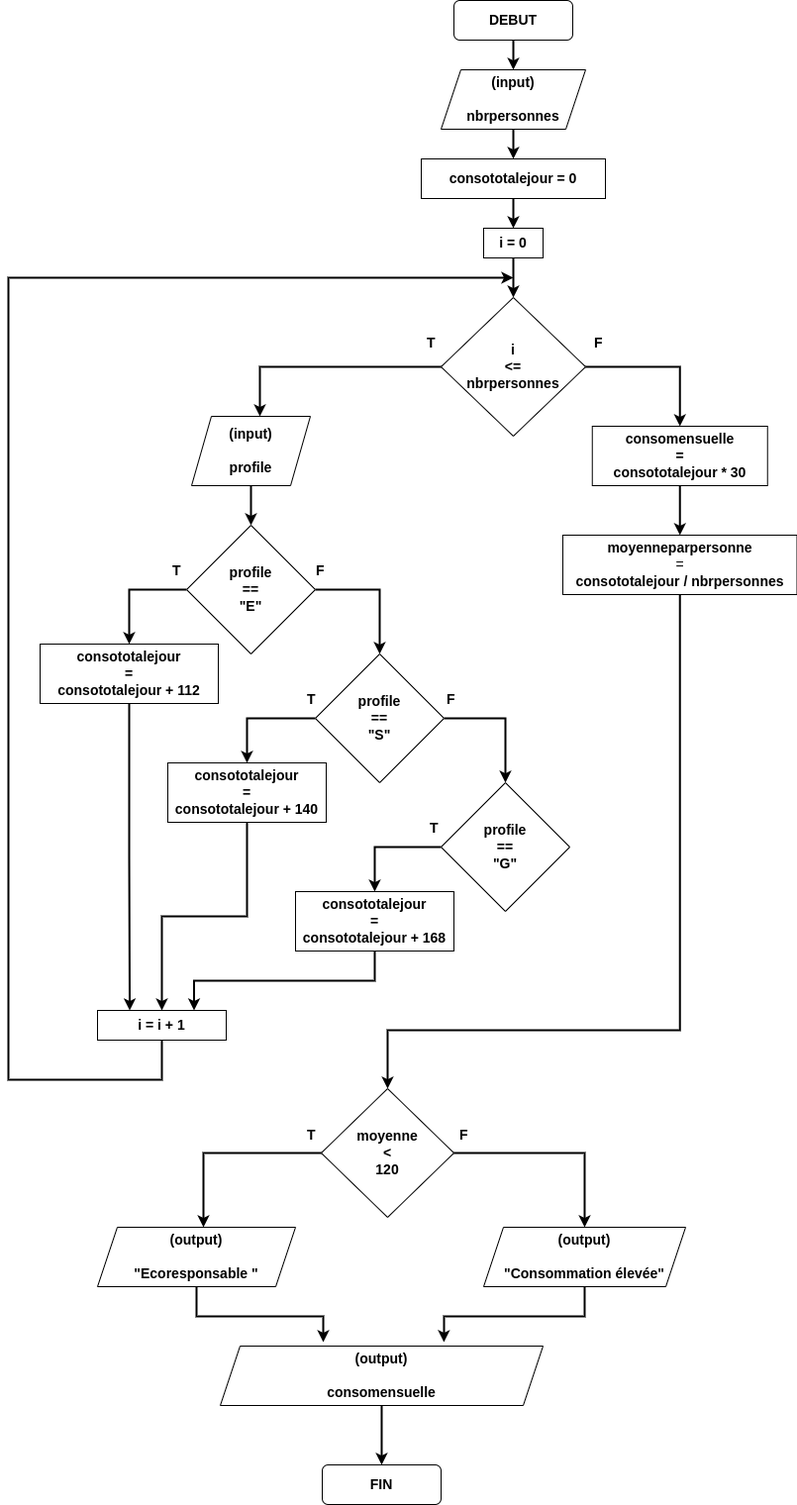
This is _images/consommation.png from vkeller/modulo-gybe, a draw.io export, as it was before one commit. Source tidied: cells renumbered, new cells last; positions are measured from the earlier drawing's top-left corner, leaving out a move shared by most shapes. The source it was exported from:
```xml
<mxGraphModel>
  <root>
    <mxCell id="0" />
    <mxCell id="1" parent="0" />
    <mxCell id="2" style="edgeStyle=orthogonalEdgeStyle;rounded=0;jettySize=auto;html=1;exitX=0.5;exitY=1;exitDx=0;exitDy=0;entryX=0.5;entryY=0;entryDx=0;entryDy=0;fontSize=14;strokeWidth=2;" parent="1" edge="1" source="3" target="6">
      <mxGeometry relative="1" as="geometry" />
    </mxCell>
    <mxCell id="3" value="&lt;font style=&quot;font-size: 14px;&quot;&gt;&lt;b&gt;DEBUT&lt;/b&gt;&lt;/font&gt;" style="rounded=1;whiteSpace=wrap;html=1;" parent="1" vertex="1">
      <mxGeometry x="450" width="120" height="40" as="geometry" />
    </mxCell>
    <mxCell id="4" value="&lt;font style=&quot;font-size: 14px;&quot;&gt;&lt;b&gt;FIN&lt;/b&gt;&lt;/font&gt;" style="rounded=1;whiteSpace=wrap;html=1;" parent="1" vertex="1">
      <mxGeometry x="317" y="1479" width="120" height="40" as="geometry" />
    </mxCell>
    <mxCell id="5" style="edgeStyle=orthogonalEdgeStyle;rounded=0;jettySize=auto;html=1;exitX=0.5;exitY=1;exitDx=0;exitDy=0;entryX=0.5;entryY=0;entryDx=0;entryDy=0;strokeWidth=2;fontSize=14;" parent="1" edge="1" source="6" target="8">
      <mxGeometry relative="1" as="geometry" />
    </mxCell>
    <mxCell id="6" value="&lt;b&gt;(input)&lt;br&gt;&lt;br&gt;nbrpersonnes&lt;/b&gt;" style="shape=parallelogram;perimeter=parallelogramPerimeter;whiteSpace=wrap;html=1;fixedSize=1;fontSize=14;" parent="1" vertex="1">
      <mxGeometry x="437" y="70" width="146" height="60" as="geometry" />
    </mxCell>
    <mxCell id="7" style="edgeStyle=orthogonalEdgeStyle;rounded=0;jettySize=auto;html=1;exitX=0.5;exitY=1;exitDx=0;exitDy=0;entryX=0.5;entryY=0;entryDx=0;entryDy=0;strokeWidth=2;fontSize=14;" parent="1" edge="1" source="8" target="10">
      <mxGeometry relative="1" as="geometry" />
    </mxCell>
    <mxCell id="8" value="&lt;b&gt;consototalejour = 0&lt;/b&gt;" style="rounded=0;whiteSpace=wrap;html=1;fontSize=14;" parent="1" vertex="1">
      <mxGeometry x="417" y="160" width="186" height="40" as="geometry" />
    </mxCell>
    <mxCell id="9" style="edgeStyle=orthogonalEdgeStyle;rounded=0;jettySize=auto;html=1;exitX=0.5;exitY=1;exitDx=0;exitDy=0;entryX=0.5;entryY=0;entryDx=0;entryDy=0;strokeWidth=2;fontSize=14;" parent="1" edge="1" source="10" target="13">
      <mxGeometry relative="1" as="geometry" />
    </mxCell>
    <mxCell id="10" value="&lt;b&gt;i = 0&lt;/b&gt;" style="rounded=0;whiteSpace=wrap;html=1;fontSize=14;" parent="1" vertex="1">
      <mxGeometry x="480" y="230" width="60" height="30" as="geometry" />
    </mxCell>
    <mxCell id="11" style="edgeStyle=orthogonalEdgeStyle;rounded=0;jettySize=auto;html=1;exitX=0;exitY=0.5;exitDx=0;exitDy=0;entryX=0.575;entryY=0;entryDx=0;entryDy=0;entryPerimeter=0;strokeWidth=2;fontSize=14;" parent="1" edge="1" source="13" target="15">
      <mxGeometry relative="1" as="geometry" />
    </mxCell>
    <mxCell id="12" style="edgeStyle=orthogonalEdgeStyle;rounded=0;jettySize=auto;html=1;exitX=1;exitY=0.5;exitDx=0;exitDy=0;entryX=0.5;entryY=0;entryDx=0;entryDy=0;strokeWidth=2;fontSize=14;" parent="1" edge="1" source="13" target="35">
      <mxGeometry relative="1" as="geometry" />
    </mxCell>
    <mxCell id="13" value="&lt;b&gt;i&lt;br&gt;&amp;lt;=&lt;br&gt;nbrpersonnes&lt;/b&gt;" style="rhombus;whiteSpace=wrap;html=1;fontSize=14;" parent="1" vertex="1">
      <mxGeometry x="437" y="300" width="146" height="140" as="geometry" />
    </mxCell>
    <mxCell id="14" style="edgeStyle=orthogonalEdgeStyle;rounded=0;jettySize=auto;html=1;exitX=0.5;exitY=1;exitDx=0;exitDy=0;entryX=0.5;entryY=0;entryDx=0;entryDy=0;strokeWidth=2;fontSize=14;" parent="1" edge="1" source="15" target="20">
      <mxGeometry relative="1" as="geometry" />
    </mxCell>
    <mxCell id="15" value="&lt;b&gt;(input)&lt;br&gt;&lt;br&gt;profile&lt;/b&gt;" style="shape=parallelogram;perimeter=parallelogramPerimeter;whiteSpace=wrap;html=1;fixedSize=1;fontSize=14;" parent="1" vertex="1">
      <mxGeometry x="185" y="420" width="120" height="70" as="geometry" />
    </mxCell>
    <mxCell id="16" value="T" style="text;strokeColor=none;fillColor=none;align=left;verticalAlign=middle;spacingLeft=4;spacingRight=4;overflow=hidden;fontSize=14;fontStyle=1;" parent="1" vertex="1">
      <mxGeometry x="417" y="330" width="20" height="30" as="geometry" />
    </mxCell>
    <mxCell id="17" value="F" style="text;strokeColor=none;fillColor=none;align=left;verticalAlign=middle;spacingLeft=4;spacingRight=4;overflow=hidden;fontSize=14;fontStyle=1;" parent="1" vertex="1">
      <mxGeometry x="586" y="330" width="20" height="30" as="geometry" />
    </mxCell>
    <mxCell id="18" style="edgeStyle=orthogonalEdgeStyle;rounded=0;jettySize=auto;html=1;exitX=0;exitY=0.5;exitDx=0;exitDy=0;entryX=0.5;entryY=0;entryDx=0;entryDy=0;strokeWidth=2;fontSize=14;" parent="1" edge="1" source="20" target="22">
      <mxGeometry relative="1" as="geometry" />
    </mxCell>
    <mxCell id="19" style="edgeStyle=orthogonalEdgeStyle;rounded=0;jettySize=auto;html=1;exitX=1;exitY=0.5;exitDx=0;exitDy=0;entryX=0.5;entryY=0;entryDx=0;entryDy=0;strokeWidth=2;fontSize=14;" parent="1" edge="1" source="20" target="25">
      <mxGeometry relative="1" as="geometry" />
    </mxCell>
    <mxCell id="20" value="&lt;b&gt;profile&lt;br&gt;==&lt;br&gt;&quot;E&quot;&lt;/b&gt;" style="rhombus;whiteSpace=wrap;html=1;fontSize=14;" parent="1" vertex="1">
      <mxGeometry x="180" y="530" width="130" height="130" as="geometry" />
    </mxCell>
    <mxCell id="21" style="edgeStyle=orthogonalEdgeStyle;rounded=0;jettySize=auto;html=1;exitX=0.5;exitY=1;exitDx=0;exitDy=0;entryX=0.25;entryY=0;entryDx=0;entryDy=0;strokeWidth=2;fontSize=14;" parent="1" edge="1" source="22" target="32">
      <mxGeometry relative="1" as="geometry" />
    </mxCell>
    <mxCell id="22" value="&lt;b&gt;consototalejour&lt;br&gt;=&lt;br&gt;consototalejour + 112&lt;/b&gt;" style="rounded=0;whiteSpace=wrap;html=1;fontSize=14;" parent="1" vertex="1">
      <mxGeometry x="32" y="650" width="180" height="60" as="geometry" />
    </mxCell>
    <mxCell id="23" style="edgeStyle=orthogonalEdgeStyle;rounded=0;jettySize=auto;html=1;exitX=0;exitY=0.5;exitDx=0;exitDy=0;entryX=0.5;entryY=0;entryDx=0;entryDy=0;strokeWidth=2;fontSize=14;" parent="1" edge="1" source="25" target="27">
      <mxGeometry relative="1" as="geometry" />
    </mxCell>
    <mxCell id="24" style="edgeStyle=orthogonalEdgeStyle;rounded=0;jettySize=auto;html=1;exitX=1;exitY=0.5;exitDx=0;exitDy=0;entryX=0.5;entryY=0;entryDx=0;entryDy=0;strokeWidth=2;fontSize=14;" parent="1" edge="1" source="25" target="29">
      <mxGeometry relative="1" as="geometry" />
    </mxCell>
    <mxCell id="25" value="&lt;b&gt;profile&lt;br&gt;==&lt;br&gt;&quot;S&quot;&lt;/b&gt;" style="rhombus;whiteSpace=wrap;html=1;fontSize=14;" parent="1" vertex="1">
      <mxGeometry x="310" y="660" width="130" height="130" as="geometry" />
    </mxCell>
    <mxCell id="26" style="edgeStyle=orthogonalEdgeStyle;rounded=0;jettySize=auto;html=1;exitX=0.5;exitY=1;exitDx=0;exitDy=0;entryX=0.5;entryY=0;entryDx=0;entryDy=0;strokeWidth=2;fontSize=14;" parent="1" edge="1" source="27" target="32">
      <mxGeometry relative="1" as="geometry" />
    </mxCell>
    <mxCell id="27" value="&lt;b&gt;consototalejour&lt;br&gt;=&lt;br&gt;consototalejour + 140&lt;/b&gt;" style="rounded=0;whiteSpace=wrap;html=1;fontSize=14;" parent="1" vertex="1">
      <mxGeometry x="161" y="770" width="160" height="60" as="geometry" />
    </mxCell>
    <mxCell id="28" style="edgeStyle=orthogonalEdgeStyle;rounded=0;jettySize=auto;html=1;exitX=0;exitY=0.5;exitDx=0;exitDy=0;strokeWidth=2;fontSize=14;" parent="1" edge="1" source="29" target="31">
      <mxGeometry relative="1" as="geometry" />
    </mxCell>
    <mxCell id="29" value="&lt;b&gt;profile&lt;br&gt;==&lt;br&gt;&quot;G&quot;&lt;/b&gt;" style="rhombus;whiteSpace=wrap;html=1;fontSize=14;" parent="1" vertex="1">
      <mxGeometry x="437" y="790" width="130" height="130" as="geometry" />
    </mxCell>
    <mxCell id="30" style="edgeStyle=orthogonalEdgeStyle;rounded=0;jettySize=auto;html=1;exitX=0.5;exitY=1;exitDx=0;exitDy=0;entryX=0.75;entryY=0;entryDx=0;entryDy=0;strokeWidth=2;fontSize=14;" parent="1" edge="1" source="31" target="32">
      <mxGeometry relative="1" as="geometry" />
    </mxCell>
    <mxCell id="31" value="&lt;b&gt;consototalejour&lt;br&gt;=&lt;br&gt;consototalejour + 168&lt;/b&gt;" style="rounded=0;whiteSpace=wrap;html=1;fontSize=14;" parent="1" vertex="1">
      <mxGeometry x="290" y="900" width="160" height="60" as="geometry" />
    </mxCell>
    <mxCell id="32" value="&lt;b&gt;i = i + 1&lt;/b&gt;" style="rounded=0;whiteSpace=wrap;html=1;fontSize=14;" parent="1" vertex="1">
      <mxGeometry x="90" y="1020" width="130" height="30" as="geometry" />
    </mxCell>
    <mxCell id="33" style="endArrow=classic;html=1;rounded=0;strokeWidth=2;fontSize=14;exitX=0.5;exitY=1;exitDx=0;exitDy=0;" parent="1" edge="1" source="32">
      <mxGeometry relative="1" as="geometry">
        <mxPoint x="510" y="280" as="targetPoint" />
        <Array as="points">
          <mxPoint x="155" y="1090" />
          <mxPoint y="1090" />
          <mxPoint y="280" />
        </Array>
      </mxGeometry>
    </mxCell>
    <mxCell id="34" style="edgeStyle=orthogonalEdgeStyle;rounded=0;jettySize=auto;html=1;exitX=0.5;exitY=1;exitDx=0;exitDy=0;entryX=0.5;entryY=0;entryDx=0;entryDy=0;strokeWidth=2;fontSize=14;" parent="1" edge="1" source="35" target="37">
      <mxGeometry relative="1" as="geometry" />
    </mxCell>
    <mxCell id="35" value="&lt;b&gt;consomensuelle&lt;br&gt;=&lt;br&gt;consototalejour * 30&lt;/b&gt;" style="rounded=0;whiteSpace=wrap;html=1;fontSize=14;" parent="1" vertex="1">
      <mxGeometry x="589.8" y="430" width="177" height="60" as="geometry" />
    </mxCell>
    <mxCell id="36" style="edgeStyle=orthogonalEdgeStyle;rounded=0;jettySize=auto;html=1;exitX=0.5;exitY=1;exitDx=0;exitDy=0;entryX=0.5;entryY=0;entryDx=0;entryDy=0;strokeWidth=2;fontSize=14;" parent="1" edge="1" source="37" target="40">
      <mxGeometry relative="1" as="geometry">
        <Array as="points">
          <mxPoint x="678" y="1040" />
          <mxPoint x="383" y="1040" />
        </Array>
      </mxGeometry>
    </mxCell>
    <mxCell id="37" value="&lt;b&gt;moyenneparpersonne&lt;br&gt;&lt;/b&gt;=&lt;br&gt;&lt;b&gt;consototalejour / nbrpersonnes&lt;/b&gt;" style="rounded=0;whiteSpace=wrap;html=1;fontSize=14;" parent="1" vertex="1">
      <mxGeometry x="560" y="540" width="236.5" height="60" as="geometry" />
    </mxCell>
    <mxCell id="38" style="edgeStyle=orthogonalEdgeStyle;rounded=0;jettySize=auto;html=1;exitX=0;exitY=0.5;exitDx=0;exitDy=0;entryX=0.535;entryY=0;entryDx=0;entryDy=0;entryPerimeter=0;strokeWidth=2;fontSize=14;" parent="1" edge="1" source="40" target="42">
      <mxGeometry relative="1" as="geometry" />
    </mxCell>
    <mxCell id="39" style="edgeStyle=orthogonalEdgeStyle;rounded=0;jettySize=auto;html=1;exitX=1;exitY=0.5;exitDx=0;exitDy=0;entryX=0.5;entryY=0;entryDx=0;entryDy=0;strokeWidth=2;fontSize=14;" parent="1" edge="1" source="40" target="44">
      <mxGeometry relative="1" as="geometry" />
    </mxCell>
    <mxCell id="40" value="&lt;b&gt;moyenne&lt;br&gt;&amp;lt;&lt;br&gt;120&lt;br&gt;&lt;/b&gt;" style="rhombus;whiteSpace=wrap;html=1;fontSize=14;" parent="1" vertex="1">
      <mxGeometry x="316" y="1099" width="134" height="130" as="geometry" />
    </mxCell>
    <mxCell id="41" style="edgeStyle=orthogonalEdgeStyle;rounded=0;jettySize=auto;html=1;exitX=0.5;exitY=1;exitDx=0;exitDy=0;entryX=0.319;entryY=-0.067;entryDx=0;entryDy=0;entryPerimeter=0;strokeWidth=2;fontSize=14;" parent="1" edge="1" source="42" target="46">
      <mxGeometry relative="1" as="geometry" />
    </mxCell>
    <mxCell id="42" value="&lt;b&gt;(output)&lt;br&gt;&lt;br&gt;&quot;Ecoresponsable &quot;&lt;br&gt;&lt;/b&gt;" style="shape=parallelogram;perimeter=parallelogramPerimeter;whiteSpace=wrap;html=1;fixedSize=1;fontSize=14;" parent="1" vertex="1">
      <mxGeometry x="90" y="1239" width="200" height="60" as="geometry" />
    </mxCell>
    <mxCell id="43" style="edgeStyle=orthogonalEdgeStyle;rounded=0;jettySize=auto;html=1;exitX=0.5;exitY=1;exitDx=0;exitDy=0;entryX=0.693;entryY=-0.067;entryDx=0;entryDy=0;entryPerimeter=0;strokeWidth=2;fontSize=14;" parent="1" edge="1" source="44" target="46">
      <mxGeometry relative="1" as="geometry" />
    </mxCell>
    <mxCell id="44" value="&lt;b&gt;(output)&lt;br&gt;&lt;br&gt;&quot;Consommation élevée&quot;&lt;br&gt;&lt;/b&gt;" style="shape=parallelogram;perimeter=parallelogramPerimeter;whiteSpace=wrap;html=1;fixedSize=1;fontSize=14;" parent="1" vertex="1">
      <mxGeometry x="480" y="1239" width="204" height="60" as="geometry" />
    </mxCell>
    <mxCell id="45" style="edgeStyle=orthogonalEdgeStyle;rounded=0;jettySize=auto;html=1;exitX=0.5;exitY=1;exitDx=0;exitDy=0;strokeWidth=2;fontSize=14;" parent="1" edge="1" source="46" target="4">
      <mxGeometry relative="1" as="geometry" />
    </mxCell>
    <mxCell id="46" value="&lt;b&gt;(output)&lt;br&gt;&lt;br&gt;consomensuelle&lt;br&gt;&lt;/b&gt;" style="shape=parallelogram;perimeter=parallelogramPerimeter;whiteSpace=wrap;html=1;fixedSize=1;fontSize=14;" parent="1" vertex="1">
      <mxGeometry x="214" y="1359" width="326" height="60" as="geometry" />
    </mxCell>
    <mxCell id="47" value="T" style="text;strokeColor=none;fillColor=none;align=left;verticalAlign=middle;spacingLeft=4;spacingRight=4;overflow=hidden;fontSize=14;fontStyle=1;" parent="1" vertex="1">
      <mxGeometry x="160" y="560" width="20" height="30" as="geometry" />
    </mxCell>
    <mxCell id="48" value="T" style="text;strokeColor=none;fillColor=none;align=left;verticalAlign=middle;spacingLeft=4;spacingRight=4;overflow=hidden;fontSize=14;fontStyle=1;" parent="1" vertex="1">
      <mxGeometry x="296" y="690" width="20" height="30" as="geometry" />
    </mxCell>
    <mxCell id="49" value="T" style="text;strokeColor=none;fillColor=none;align=left;verticalAlign=middle;spacingLeft=4;spacingRight=4;overflow=hidden;fontSize=14;fontStyle=1;" parent="1" vertex="1">
      <mxGeometry x="420" y="820" width="20" height="30" as="geometry" />
    </mxCell>
    <mxCell id="50" value="F" style="text;strokeColor=none;fillColor=none;align=left;verticalAlign=middle;spacingLeft=4;spacingRight=4;overflow=hidden;fontSize=14;fontStyle=1;" parent="1" vertex="1">
      <mxGeometry x="305" y="560" width="20" height="30" as="geometry" />
    </mxCell>
    <mxCell id="51" value="F" style="text;strokeColor=none;fillColor=none;align=left;verticalAlign=middle;spacingLeft=4;spacingRight=4;overflow=hidden;fontSize=14;fontStyle=1;" parent="1" vertex="1">
      <mxGeometry x="437" y="690" width="20" height="30" as="geometry" />
    </mxCell>
    <mxCell id="52" value="F" style="text;strokeColor=none;fillColor=none;align=left;verticalAlign=middle;spacingLeft=4;spacingRight=4;overflow=hidden;fontSize=14;fontStyle=1;" parent="1" vertex="1">
      <mxGeometry x="450" y="1130" width="20" height="30" as="geometry" />
    </mxCell>
    <mxCell id="53" value="T" style="text;strokeColor=none;fillColor=none;align=left;verticalAlign=middle;spacingLeft=4;spacingRight=4;overflow=hidden;fontSize=14;fontStyle=1;" parent="1" vertex="1">
      <mxGeometry x="296" y="1130" width="20" height="30" as="geometry" />
    </mxCell>
  </root>
</mxGraphModel>
```
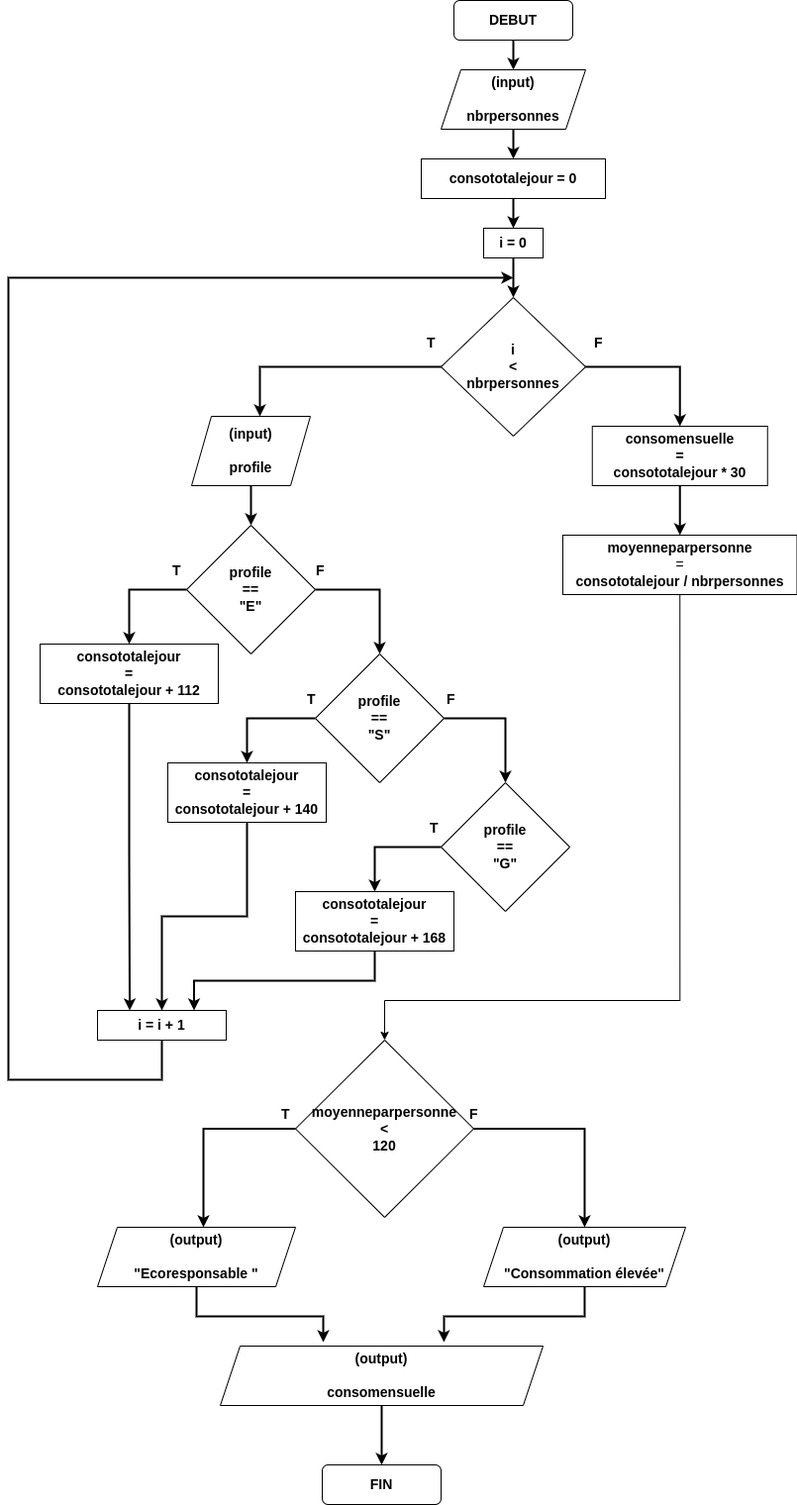
The same file after the commit.

Diff of the diagram source:
```diff
@@ -35,7 +35,7 @@
     <mxCell id="12" style="edgeStyle=orthogonalEdgeStyle;rounded=0;jettySize=auto;html=1;exitX=1;exitY=0.5;exitDx=0;exitDy=0;entryX=0.5;entryY=0;entryDx=0;entryDy=0;strokeWidth=2;fontSize=14;" parent="1" edge="1" source="13" target="35">
       <mxGeometry relative="1" as="geometry" />
     </mxCell>
-    <mxCell id="13" value="&lt;b&gt;i&lt;br&gt;&amp;lt;=&lt;br&gt;nbrpersonnes&lt;/b&gt;" style="rhombus;whiteSpace=wrap;html=1;fontSize=14;" parent="1" vertex="1">
+    <mxCell id="13" value="&lt;b&gt;i&lt;br&gt;&amp;lt;&lt;br&gt;nbrpersonnes&lt;/b&gt;" style="rhombus;whiteSpace=wrap;html=1;fontSize=14;" parent="1" vertex="1">
       <mxGeometry x="437" y="300" width="146" height="140" as="geometry" />
     </mxCell>
     <mxCell id="14" style="edgeStyle=orthogonalEdgeStyle;rounded=0;jettySize=auto;html=1;exitX=0.5;exitY=1;exitDx=0;exitDy=0;entryX=0.5;entryY=0;entryDx=0;entryDy=0;strokeWidth=2;fontSize=14;" parent="1" edge="1" source="15" target="20">
@@ -111,11 +111,11 @@
     <mxCell id="35" value="&lt;b&gt;consomensuelle&lt;br&gt;=&lt;br&gt;consototalejour * 30&lt;/b&gt;" style="rounded=0;whiteSpace=wrap;html=1;fontSize=14;" parent="1" vertex="1">
       <mxGeometry x="589.8" y="430" width="177" height="60" as="geometry" />
     </mxCell>
-    <mxCell id="36" style="edgeStyle=orthogonalEdgeStyle;rounded=0;jettySize=auto;html=1;exitX=0.5;exitY=1;exitDx=0;exitDy=0;entryX=0.5;entryY=0;entryDx=0;entryDy=0;strokeWidth=2;fontSize=14;" parent="1" edge="1" source="37" target="40">
+    <mxCell id="36" style="edgeStyle=orthogonalEdgeStyle;rounded=0;jettySize=auto;html=1;exitX=0.5;exitY=1;exitDx=0;exitDy=0;" parent="1" edge="1" source="37" target="40">
       <mxGeometry relative="1" as="geometry">
         <Array as="points">
-          <mxPoint x="678" y="1040" />
-          <mxPoint x="383" y="1040" />
+          <mxPoint x="678" y="1010" />
+          <mxPoint x="380" y="1010" />
         </Array>
       </mxGeometry>
     </mxCell>
@@ -128,8 +128,8 @@
     <mxCell id="39" style="edgeStyle=orthogonalEdgeStyle;rounded=0;jettySize=auto;html=1;exitX=1;exitY=0.5;exitDx=0;exitDy=0;entryX=0.5;entryY=0;entryDx=0;entryDy=0;strokeWidth=2;fontSize=14;" parent="1" edge="1" source="40" target="44">
       <mxGeometry relative="1" as="geometry" />
     </mxCell>
-    <mxCell id="40" value="&lt;b&gt;moyenne&lt;br&gt;&amp;lt;&lt;br&gt;120&lt;br&gt;&lt;/b&gt;" style="rhombus;whiteSpace=wrap;html=1;fontSize=14;" parent="1" vertex="1">
-      <mxGeometry x="316" y="1099" width="134" height="130" as="geometry" />
+    <mxCell id="40" value="&lt;b&gt;moyenneparpersonne&lt;br&gt;&amp;lt;&lt;br&gt;120&lt;br&gt;&lt;/b&gt;" style="rhombus;whiteSpace=wrap;html=1;fontSize=14;" parent="1" vertex="1">
+      <mxGeometry x="290" y="1050" width="180" height="179" as="geometry" />
     </mxCell>
     <mxCell id="41" style="edgeStyle=orthogonalEdgeStyle;rounded=0;jettySize=auto;html=1;exitX=0.5;exitY=1;exitDx=0;exitDy=0;entryX=0.319;entryY=-0.067;entryDx=0;entryDy=0;entryPerimeter=0;strokeWidth=2;fontSize=14;" parent="1" edge="1" source="42" target="46">
       <mxGeometry relative="1" as="geometry" />
@@ -165,10 +165,10 @@
       <mxGeometry x="437" y="690" width="20" height="30" as="geometry" />
     </mxCell>
     <mxCell id="52" value="F" style="text;strokeColor=none;fillColor=none;align=left;verticalAlign=middle;spacingLeft=4;spacingRight=4;overflow=hidden;fontSize=14;fontStyle=1;" parent="1" vertex="1">
-      <mxGeometry x="450" y="1130" width="20" height="30" as="geometry" />
+      <mxGeometry x="460" y="1109" width="20" height="30" as="geometry" />
     </mxCell>
     <mxCell id="53" value="T" style="text;strokeColor=none;fillColor=none;align=left;verticalAlign=middle;spacingLeft=4;spacingRight=4;overflow=hidden;fontSize=14;fontStyle=1;" parent="1" vertex="1">
-      <mxGeometry x="296" y="1130" width="20" height="30" as="geometry" />
+      <mxGeometry x="270" y="1109" width="20" height="30" as="geometry" />
     </mxCell>
   </root>
 </mxGraphModel>
```
